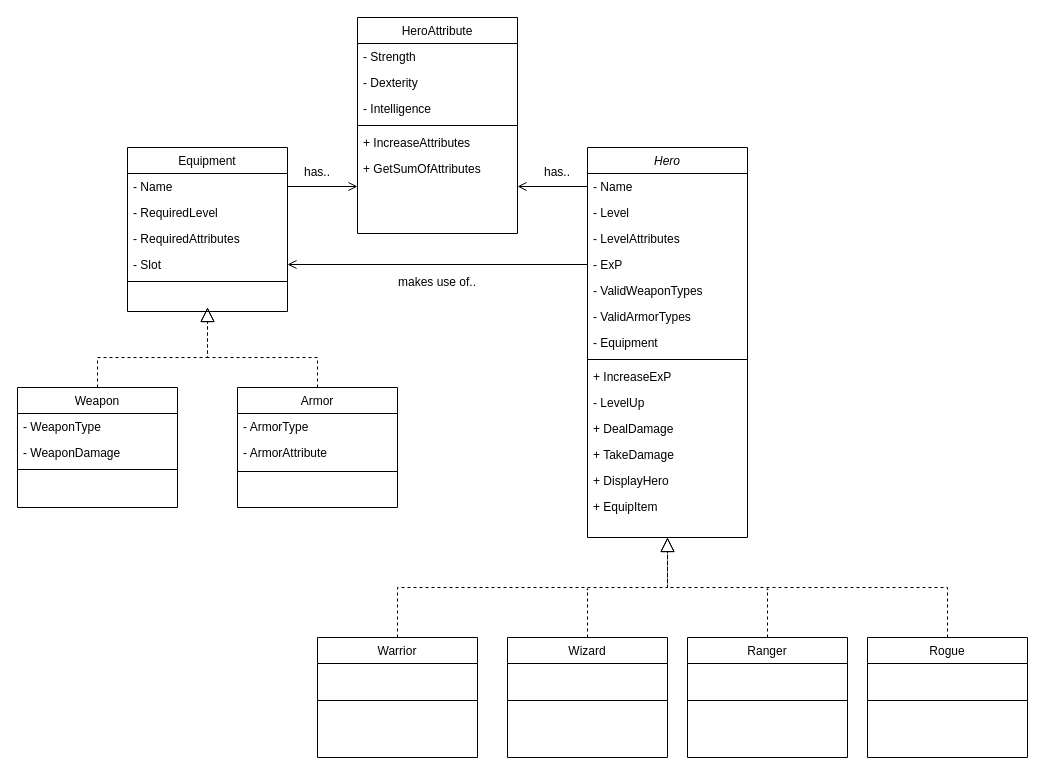
This is rpggame.drawio from vegardandersson/additional-files, a draw.io file, before an edit. Source tidied: cells renumbered, new cells numbered last; positions are measured from the earlier drawing's top-left corner, leaving out a move shared by most shapes. Both pictures are drawn from the tidied source at 100%, with x=0, y=0 at pixel (17, 17).
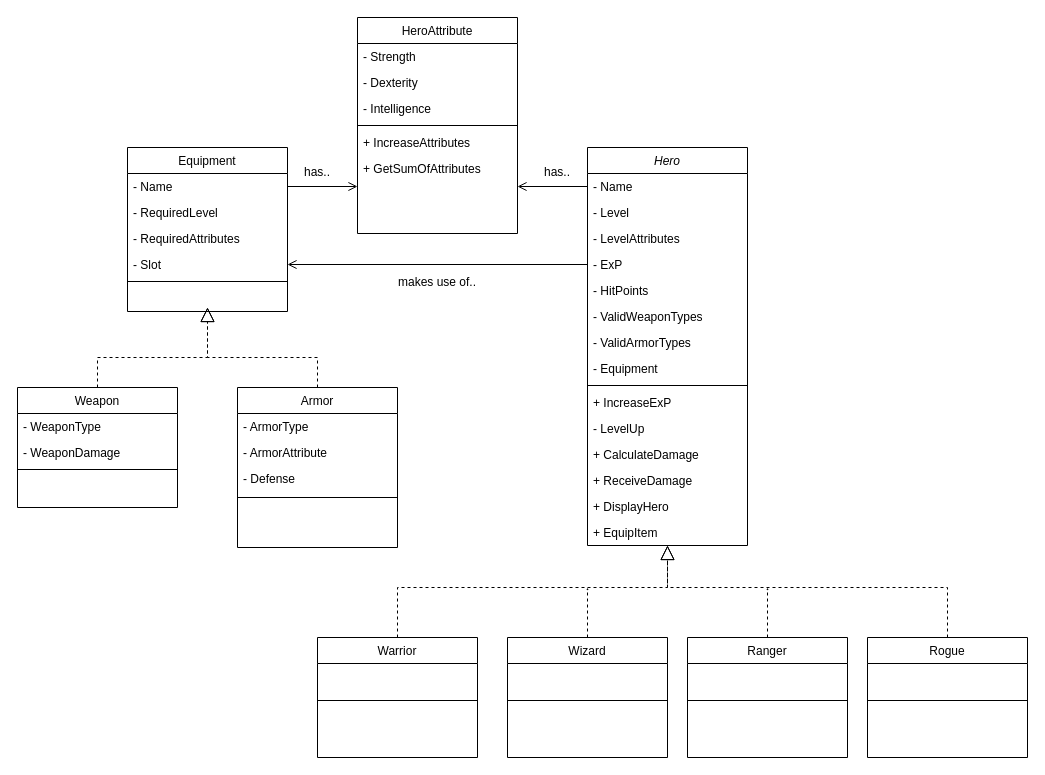
After the change.

The edit, as a diff of the source:
```diff
@@
     <mxCell id="2" value="Hero" style="swimlane;fontStyle=2;align=center;verticalAlign=top;horizontal=1;startSize=26;rounded=0;shadow=0;strokeWidth=1;" parent="1" vertex="1">
-      <mxGeometry x="570" y="130" width="160" height="390" as="geometry" />
+      <mxGeometry x="570" y="130" width="160" height="398" as="geometry" />
     </mxCell>
@@
+    <mxCell id="58" value="- HitPoints" style="text;align=left;verticalAlign=top;spacingLeft=4;spacingRight=4;overflow=hidden;rounded=0;shadow=0;html=0;" parent="2" vertex="1">
+      <mxGeometry y="130" width="160" height="26" as="geometry" />
+    </mxCell>
     <mxCell id="7" value="- ValidWeaponTypes" style="text;align=left;verticalAlign=top;spacingLeft=4;spacingRight=4;overflow=hidden;rounded=0;shadow=0;html=0;" parent="2" vertex="1">
-      <mxGeometry y="130" width="160" height="26" as="geometry" />
+      <mxGeometry y="156" width="160" height="26" as="geometry" />
     </mxCell>
     <mxCell id="8" value="- ValidArmorTypes" style="text;align=left;verticalAlign=top;spacingLeft=4;spacingRight=4;overflow=hidden;rounded=0;shadow=0;html=0;" parent="2" vertex="1">
-      <mxGeometry y="156" width="160" height="26" as="geometry" />
+      <mxGeometry y="182" width="160" height="26" as="geometry" />
     </mxCell>
     <mxCell id="9" value="- Equipment" style="text;align=left;verticalAlign=top;spacingLeft=4;spacingRight=4;overflow=hidden;rounded=0;shadow=0;html=0;" parent="2" vertex="1">
-      <mxGeometry y="182" width="160" height="26" as="geometry" />
+      <mxGeometry y="208" width="160" height="26" as="geometry" />
     </mxCell>
     <mxCell id="10" style="line;html=1;strokeWidth=1;align=left;verticalAlign=middle;spacingTop=-1;spacingLeft=3;spacingRight=3;labelPosition=right;" parent="2" vertex="1">
-      <mxGeometry y="208" width="160" height="8" as="geometry" />
+      <mxGeometry y="234" width="160" height="8" as="geometry" />
     </mxCell>
     <mxCell id="11" value="+ IncreaseExP" style="text;align=left;verticalAlign=top;spacingLeft=4;spacingRight=4;overflow=hidden;rounded=0;shadow=0;html=0;" parent="2" vertex="1">
-      <mxGeometry y="216" width="160" height="26" as="geometry" />
+      <mxGeometry y="242" width="160" height="26" as="geometry" />
     </mxCell>
     <mxCell id="12" value="- LevelUp" style="text;align=left;verticalAlign=top;spacingLeft=4;spacingRight=4;overflow=hidden;rounded=0;shadow=0;html=0;" parent="2" vertex="1">
-      <mxGeometry y="242" width="160" height="26" as="geometry" />
+      <mxGeometry y="268" width="160" height="26" as="geometry" />
     </mxCell>
-    <mxCell id="13" value="+ DealDamage" style="text;align=left;verticalAlign=top;spacingLeft=4;spacingRight=4;overflow=hidden;rounded=0;shadow=0;html=0;" parent="2" vertex="1">
-      <mxGeometry y="268" width="160" height="26" as="geometry" />
+    <mxCell id="13" value="+ CalculateDamage" style="text;align=left;verticalAlign=top;spacingLeft=4;spacingRight=4;overflow=hidden;rounded=0;shadow=0;html=0;" parent="2" vertex="1">
+      <mxGeometry y="294" width="160" height="26" as="geometry" />
     </mxCell>
-    <mxCell id="14" value="+ TakeDamage" style="text;align=left;verticalAlign=top;spacingLeft=4;spacingRight=4;overflow=hidden;rounded=0;shadow=0;html=0;" parent="2" vertex="1">
-      <mxGeometry y="294" width="160" height="26" as="geometry" />
+    <mxCell id="14" value="+ ReceiveDamage" style="text;align=left;verticalAlign=top;spacingLeft=4;spacingRight=4;overflow=hidden;rounded=0;shadow=0;html=0;" parent="2" vertex="1">
+      <mxGeometry y="320" width="160" height="26" as="geometry" />
     </mxCell>
     <mxCell id="15" value="+ DisplayHero" style="text;align=left;verticalAlign=top;spacingLeft=4;spacingRight=4;overflow=hidden;rounded=0;shadow=0;html=0;" parent="2" vertex="1">
-      <mxGeometry y="320" width="160" height="26" as="geometry" />
+      <mxGeometry y="346" width="160" height="26" as="geometry" />
     </mxCell>
     <mxCell id="16" value="+ EquipItem" style="text;align=left;verticalAlign=top;spacingLeft=4;spacingRight=4;overflow=hidden;rounded=0;shadow=0;html=0;" parent="2" vertex="1">
-      <mxGeometry y="346" width="160" height="26" as="geometry" />
+      <mxGeometry y="372" width="160" height="26" as="geometry" />
     </mxCell>
@@
     <mxCell id="34" value="Armor" style="swimlane;fontStyle=0;align=center;verticalAlign=top;horizontal=1;startSize=26;rounded=0;shadow=0;strokeWidth=1;" parent="1" vertex="1">
-      <mxGeometry x="220" y="370" width="160" height="120" as="geometry" />
+      <mxGeometry x="220" y="370" width="160" height="160" as="geometry" />
     </mxCell>
@@
+    <mxCell id="59" value="- Defense" style="text;align=left;verticalAlign=top;spacingLeft=4;spacingRight=4;overflow=hidden;" parent="34" vertex="1">
+      <mxGeometry y="78" width="160" height="26" as="geometry" />
+    </mxCell>
     <mxCell id="37" style="line;html=1;strokeWidth=1;align=left;verticalAlign=middle;spacingTop=-1;spacingLeft=3;spacingRight=3;labelPosition=right;" parent="34" vertex="1">
-      <mxGeometry y="78" width="160" height="12" as="geometry" />
+      <mxGeometry y="104" width="160" height="12" as="geometry" />
     </mxCell>
```
